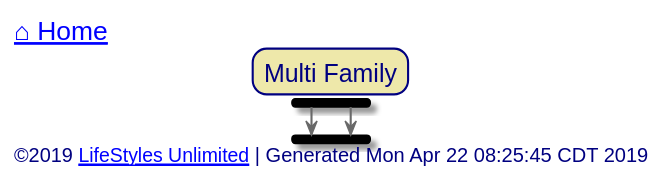
toddmo/lifestylesunlimited keeps this PlantUML diagram as out/src/multi-family/index.svg. Above is the earlier version.
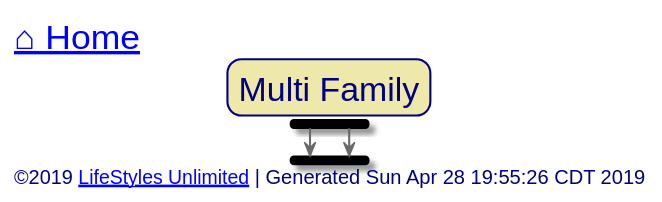
After the change.

The edit, as a diff of the source:
```diff
@@ -11,11 +11,13 @@
   BackgroundColor PaleGoldenRod
   BorderColor Navy
   BorderRoundCorner 20
+  FontSize 24
 }
 
 skinparam activity {
   BackgroundColor Ivory
   BorderColor CornflowerBlue
+  BorderThickness 1
   FontColor DimGray
 
 
@@ -73,7 +75,7 @@
 
 
 left header
-	<font color=Navy size=18>[[../index.svg ⌂ Home]]</font>
+	<font color=Navy size=24>[[../index.svg ⌂ Home]]</font>
 endheader
 
 
@@ -86,7 +88,7 @@
 
 
 left footer
-	<font size=14>©2019 [[http://www.lifestylesunlimited.com LifeStyles Unlimited]] | Generated Mon Apr 22 08:25:45 CDT 2019</font>
+	<font size=14>©2019 [[http://www.lifestylesunlimited.com LifeStyles Unlimited]] | Generated Sun Apr 28 19:55:26 CDT 2019</font>
 endfooter
 
 
```
